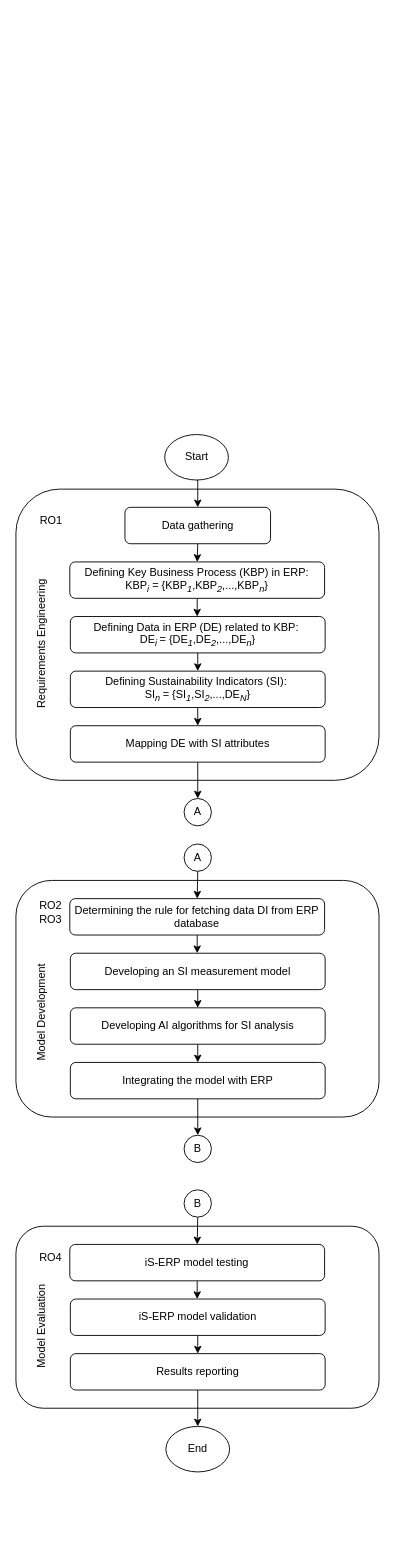
The draw.io diagram Framework BC-SC Trading.drawio in ariesharry/Diagrams, before the edit. Source tidied: cells renumbered, new cells numbered last; positions are measured from the earlier drawing's top-left corner, leaving out a move shared by most shapes. Both pictures are drawn from the tidied source at 91%, with x=0, y=0 at pixel (-40, 434).
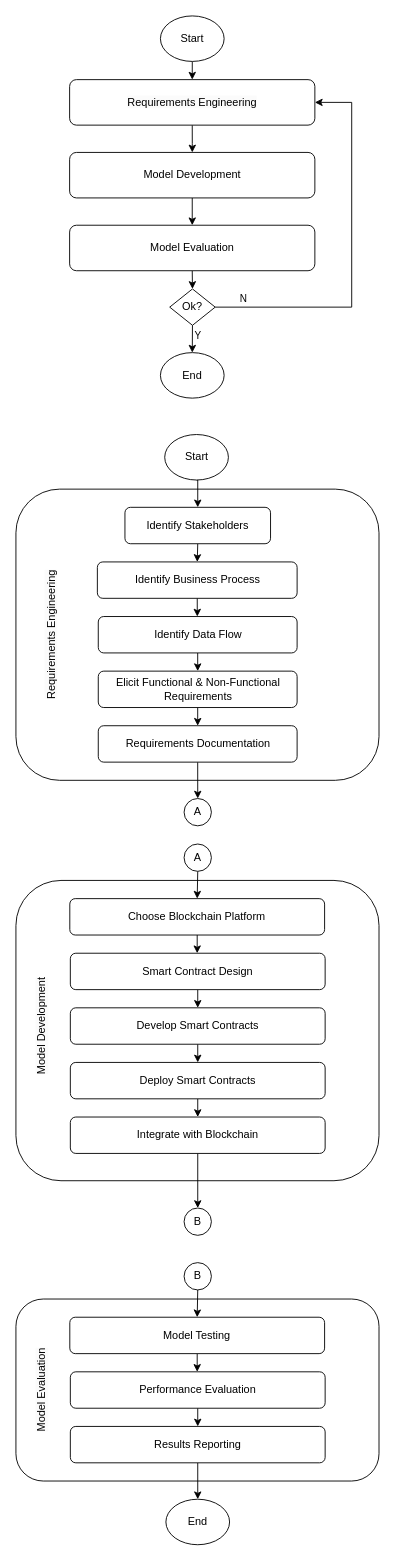
Above is the later version.

The edit, as a diff of the source:
```diff
@@
-    <mxCell id="5" value="RO1" style="text;html=1;align=center;verticalAlign=middle;whiteSpace=wrap;rounded=0;" parent="1" vertex="1">
-      <mxGeometry x="70" y="80" width="60" height="30" as="geometry" />
-    </mxCell>
@@
-    <mxCell id="7" value="Data gathering" style="rounded=1;whiteSpace=wrap;html=1;" parent="1" vertex="1">
+    <mxCell id="7" value="Identify Stakeholders" style="rounded=1;whiteSpace=wrap;html=1;" parent="1" vertex="1">
       <mxGeometry x="180.8" y="80" width="160" height="40" as="geometry" />
     </mxCell>
@@
-    <mxCell id="9" value="Defining Key Business Process (KBP) in ERP: KBP&lt;sub&gt;&lt;i&gt;i&lt;/i&gt;&lt;/sub&gt;&amp;nbsp;= {KBP&lt;sub&gt;&lt;i&gt;1&lt;/i&gt;&lt;/sub&gt;,KBP&lt;sub&gt;&lt;i&gt;2&lt;/i&gt;&lt;/sub&gt;,...,KBP&lt;sub&gt;&lt;i&gt;n&lt;/i&gt;&lt;/sub&gt;}" style="rounded=1;whiteSpace=wrap;html=1;" parent="1" vertex="1">
-      <mxGeometry x="120.2" y="140" width="280" height="40" as="geometry" />
+    <mxCell id="9" value="Identify Business Process" style="rounded=1;whiteSpace=wrap;html=1;" parent="1" vertex="1">
+      <mxGeometry x="150.5" y="140" width="219.5" height="40" as="geometry" />
     </mxCell>
@@
-    <mxCell id="11" value="Defining Data in ERP (DE) related to KBP:&amp;nbsp;&lt;div&gt;&lt;span style=&quot;background-color: initial;&quot;&gt;DE&lt;/span&gt;&lt;sub style=&quot;background-color: initial;&quot;&gt;&lt;i&gt;i&amp;nbsp;&lt;/i&gt;&lt;/sub&gt;&lt;span style=&quot;background-color: initial;&quot;&gt;= {DE&lt;/span&gt;&lt;sub style=&quot;background-color: initial;&quot;&gt;&lt;i&gt;1&lt;/i&gt;&lt;/sub&gt;&lt;span style=&quot;background-color: initial;&quot;&gt;,DE&lt;/span&gt;&lt;sub style=&quot;background-color: initial;&quot;&gt;&lt;i&gt;2&lt;/i&gt;&lt;/sub&gt;&lt;span style=&quot;background-color: initial;&quot;&gt;,...,DE&lt;/span&gt;&lt;sub style=&quot;background-color: initial;&quot;&gt;&lt;i&gt;n&lt;/i&gt;&lt;/sub&gt;&lt;span style=&quot;background-color: initial;&quot;&gt;}&lt;/span&gt;&lt;/div&gt;" style="rounded=1;whiteSpace=wrap;html=1;" parent="1" vertex="1">
-      <mxGeometry x="120.8" y="200" width="280" height="40" as="geometry" />
+    <mxCell id="11" value="Identify Data Flow" style="rounded=1;whiteSpace=wrap;html=1;" parent="1" vertex="1">
+      <mxGeometry x="151.5" y="200" width="218.5" height="40" as="geometry" />
     </mxCell>
@@
-    <mxCell id="13" value="Defining Sustainability Indicators (SI):&amp;nbsp;&lt;div&gt;&lt;span style=&quot;background-color: initial;&quot;&gt;SI&lt;/span&gt;&lt;sub style=&quot;background-color: initial;&quot;&gt;&lt;i&gt;n&amp;nbsp;&lt;/i&gt;&lt;/sub&gt;&lt;span style=&quot;background-color: initial;&quot;&gt;= {SI&lt;/span&gt;&lt;sub style=&quot;background-color: initial;&quot;&gt;&lt;i&gt;1&lt;/i&gt;&lt;/sub&gt;&lt;span style=&quot;background-color: initial;&quot;&gt;,SI&lt;/span&gt;&lt;sub style=&quot;background-color: initial;&quot;&gt;&lt;i&gt;2&lt;/i&gt;&lt;/sub&gt;&lt;span style=&quot;background-color: initial;&quot;&gt;,...,DE&lt;/span&gt;&lt;sub style=&quot;background-color: initial;&quot;&gt;&lt;i&gt;N&lt;/i&gt;&lt;/sub&gt;&lt;span style=&quot;background-color: initial;&quot;&gt;}&lt;/span&gt;&lt;/div&gt;" style="rounded=1;whiteSpace=wrap;html=1;" parent="1" vertex="1">
-      <mxGeometry x="120.8" y="260" width="280" height="40" as="geometry" />
+    <mxCell id="13" value="Elicit Functional &amp;amp; Non-Functional Requirements" style="rounded=1;whiteSpace=wrap;html=1;" parent="1" vertex="1">
+      <mxGeometry x="151.5" y="260" width="218.5" height="40" as="geometry" />
     </mxCell>
@@
-    <mxCell id="15" value="Mapping DE with SI attributes" style="rounded=1;whiteSpace=wrap;html=1;" parent="1" vertex="1">
-      <mxGeometry x="120.8" y="320" width="280" height="40" as="geometry" />
+    <mxCell id="15" value="Requirements Documentation" style="rounded=1;whiteSpace=wrap;html=1;" parent="1" vertex="1">
+      <mxGeometry x="151.5" y="320" width="218.5" height="40" as="geometry" />
     </mxCell>
     <mxCell id="16" style="rounded=1;whiteSpace=wrap;html=1;verticalAlign=top;" parent="1" vertex="1">
-      <mxGeometry x="61" y="490" width="399" height="260" as="geometry" />
+      <mxGeometry x="61" y="490" width="399" height="330" as="geometry" />
     </mxCell>
-    <mxCell id="17" value="RO2&lt;div&gt;RO3&lt;/div&gt;" style="text;html=1;align=left;verticalAlign=middle;whiteSpace=wrap;rounded=0;" parent="1" vertex="1">
-      <mxGeometry x="85" y="510" width="30" height="30" as="geometry" />
-    </mxCell>
@@
-    <mxCell id="19" value="Determining the rule for fetching data DI from ERP database" style="rounded=1;whiteSpace=wrap;html=1;" parent="1" vertex="1">
+    <mxCell id="19" value="Choose Blockchain Platform" style="rounded=1;whiteSpace=wrap;html=1;" parent="1" vertex="1">
       <mxGeometry x="120.2" y="510" width="280" height="40" as="geometry" />
     </mxCell>
@@
-    <mxCell id="21" value="Developing an SI measurement model" style="rounded=1;whiteSpace=wrap;html=1;" parent="1" vertex="1">
+    <mxCell id="21" value="Smart Contract Design" style="rounded=1;whiteSpace=wrap;html=1;" parent="1" vertex="1">
       <mxGeometry x="120.8" y="570" width="280" height="40" as="geometry" />
     </mxCell>
@@
-    <mxCell id="23" value="Developing AI algorithms for SI analysis" style="rounded=1;whiteSpace=wrap;html=1;" parent="1" vertex="1">
+    <mxCell id="23" value="Develop Smart Contracts" style="rounded=1;whiteSpace=wrap;html=1;" parent="1" vertex="1">
       <mxGeometry x="120.8" y="630" width="280" height="40" as="geometry" />
     </mxCell>
-    <mxCell id="24" style="edgeStyle=orthogonalEdgeStyle;rounded=0;jettySize=auto;html=1;exitX=0.5;exitY=1;exitDx=0;exitDy=0;entryX=0.5;entryY=0;entryDx=0;entryDy=0;" parent="1" edge="1" source="25" target="42">
+    <mxCell id="24" style="edgeStyle=orthogonalEdgeStyle;rounded=0;jettySize=auto;html=1;exitX=0.5;exitY=1;exitDx=0;exitDy=0;entryX=0.5;entryY=0;entryDx=0;entryDy=0;" parent="1" edge="1" source="45" target="42">
       <mxGeometry relative="1" as="geometry" />
     </mxCell>
+    <mxCell id="44" style="edgeStyle=orthogonalEdgeStyle;rounded=0;jettySize=auto;html=1;exitX=0.5;exitY=1;exitDx=0;exitDy=0;entryX=0.5;entryY=0;entryDx=0;entryDy=0;" parent="1" edge="1" source="25" target="45">
+      <mxGeometry relative="1" as="geometry" />
+    </mxCell>
-    <mxCell id="25" value="Integrating the model with ERP" style="rounded=1;whiteSpace=wrap;html=1;" parent="1" vertex="1">
+    <mxCell id="25" value="Deploy Smart Contracts" style="rounded=1;whiteSpace=wrap;html=1;" parent="1" vertex="1">
       <mxGeometry x="120.8" y="690" width="280" height="40" as="geometry" />
     </mxCell>
     <mxCell id="26" value="&lt;span style=&quot;color: rgb(0, 0, 0); font-family: Helvetica; font-size: 12px; font-style: normal; font-variant-ligatures: normal; font-variant-caps: normal; font-weight: 400; letter-spacing: normal; orphans: 2; text-indent: 0px; text-transform: none; widows: 2; word-spacing: 0px; -webkit-text-stroke-width: 0px; white-space: normal; background-color: rgb(251, 251, 251); text-decoration-thickness: initial; text-decoration-style: initial; text-decoration-color: initial; float: none; display: inline !important;&quot;&gt;Requirements Engineering&lt;/span&gt;" style="text;whiteSpace=wrap;html=1;align=center;verticalAlign=middle;rotation=-90;" parent="1" vertex="1">
-      <mxGeometry y="220" width="180" height="20" as="geometry" />
+      <mxGeometry x="10" y="210" width="180" height="20" as="geometry" />
     </mxCell>
     <mxCell id="27" value="&lt;span style=&quot;color: rgb(0, 0, 0); font-family: Helvetica; font-size: 12px; font-style: normal; font-variant-ligatures: normal; font-variant-caps: normal; font-weight: 400; letter-spacing: normal; orphans: 2; text-indent: 0px; text-transform: none; widows: 2; word-spacing: 0px; -webkit-text-stroke-width: 0px; white-space: normal; background-color: rgb(251, 251, 251); text-decoration-thickness: initial; text-decoration-style: initial; text-decoration-color: initial; float: none; display: inline !important;&quot;&gt;Model Development&lt;/span&gt;" style="text;whiteSpace=wrap;html=1;align=center;verticalAlign=middle;rotation=-90;" parent="1" vertex="1">
-      <mxGeometry x="20" y="625" width="140" height="20" as="geometry" />
+      <mxGeometry x="20" y="640" width="140" height="20" as="geometry" />
     </mxCell>
@@
     <mxCell id="31" style="rounded=1;whiteSpace=wrap;html=1;verticalAlign=top;" parent="1" vertex="1">
-      <mxGeometry x="61" y="870" width="399" height="200" as="geometry" />
+      <mxGeometry x="61" y="950" width="399" height="200" as="geometry" />
     </mxCell>
-    <mxCell id="32" value="RO4" style="text;html=1;align=left;verticalAlign=middle;whiteSpace=wrap;rounded=0;" parent="1" vertex="1">
-      <mxGeometry x="85" y="890" width="30" height="30" as="geometry" />
-    </mxCell>
@@
-    <mxCell id="34" value="iS-ERP model testing" style="rounded=1;whiteSpace=wrap;html=1;" parent="1" vertex="1">
-      <mxGeometry x="120.2" y="890" width="280" height="40" as="geometry" />
+    <mxCell id="34" value="Model Testing" style="rounded=1;whiteSpace=wrap;html=1;" parent="1" vertex="1">
+      <mxGeometry x="120.2" y="970" width="280" height="40" as="geometry" />
     </mxCell>
@@
-    <mxCell id="36" value="iS-ERP model validation" style="rounded=1;whiteSpace=wrap;html=1;" parent="1" vertex="1">
-      <mxGeometry x="120.8" y="950" width="280" height="40" as="geometry" />
+    <mxCell id="36" value="Performance Evaluation" style="rounded=1;whiteSpace=wrap;html=1;" parent="1" vertex="1">
+      <mxGeometry x="120.8" y="1030" width="280" height="40" as="geometry" />
     </mxCell>
@@
-    <mxCell id="38" value="Results reporting" style="rounded=1;whiteSpace=wrap;html=1;" parent="1" vertex="1">
-      <mxGeometry x="120.8" y="1010" width="280" height="40" as="geometry" />
+    <mxCell id="38" value="Results Reporting" style="rounded=1;whiteSpace=wrap;html=1;" parent="1" vertex="1">
+      <mxGeometry x="120.8" y="1090" width="280" height="40" as="geometry" />
     </mxCell>
     <mxCell id="39" value="&lt;span style=&quot;color: rgb(0, 0, 0); font-family: Helvetica; font-size: 12px; font-style: normal; font-variant-ligatures: normal; font-variant-caps: normal; font-weight: 400; letter-spacing: normal; orphans: 2; text-indent: 0px; text-transform: none; widows: 2; word-spacing: 0px; -webkit-text-stroke-width: 0px; white-space: normal; background-color: rgb(251, 251, 251); text-decoration-thickness: initial; text-decoration-style: initial; text-decoration-color: initial; float: none; display: inline !important;&quot;&gt;Model Evaluation&lt;/span&gt;" style="text;whiteSpace=wrap;html=1;align=center;verticalAlign=middle;rotation=-90;" parent="1" vertex="1">
-      <mxGeometry x="20" y="970" width="140" height="20" as="geometry" />
+      <mxGeometry x="20" y="1040" width="140" height="20" as="geometry" />
     </mxCell>
@@
     <mxCell id="41" value="B" style="ellipse;whiteSpace=wrap;html=1;" parent="1" vertex="1">
-      <mxGeometry x="245.8" y="830" width="30" height="30" as="geometry" />
+      <mxGeometry x="245.8" y="910" width="30" height="30" as="geometry" />
     </mxCell>
     <mxCell id="42" value="B" style="ellipse;whiteSpace=wrap;html=1;" parent="1" vertex="1">
-      <mxGeometry x="245.8" y="770" width="30" height="30" as="geometry" />
+      <mxGeometry x="245.8" y="850" width="30" height="30" as="geometry" />
     </mxCell>
     <mxCell id="43" value="End" style="ellipse;whiteSpace=wrap;html=1;" parent="1" vertex="1">
-      <mxGeometry x="225.8" y="1090" width="70" height="50" as="geometry" />
+      <mxGeometry x="225.8" y="1170" width="70" height="50" as="geometry" />
     </mxCell>
+    <mxCell id="45" value="Integrate with Blockchain" style="rounded=1;whiteSpace=wrap;html=1;" parent="1" vertex="1">
+      <mxGeometry x="120.8" y="750" width="280" height="40" as="geometry" />
+    </mxCell>
+    <mxCell id="46" style="edgeStyle=orthogonalEdgeStyle;rounded=0;jettySize=auto;html=1;exitX=0.5;exitY=1;exitDx=0;exitDy=0;" parent="1" edge="1" source="47" target="51">
+      <mxGeometry relative="1" as="geometry" />
+    </mxCell>
+    <mxCell id="47" value="&lt;span style=&quot;color: rgb(0, 0, 0); font-family: Helvetica; font-size: 12px; font-style: normal; font-variant-ligatures: normal; font-variant-caps: normal; font-weight: 400; letter-spacing: normal; orphans: 2; text-align: center; text-indent: 0px; text-transform: none; widows: 2; word-spacing: 0px; -webkit-text-stroke-width: 0px; white-space: normal; background-color: rgb(251, 251, 251); text-decoration-thickness: initial; text-decoration-style: initial; text-decoration-color: initial; display: inline !important; float: none;&quot;&gt;Requirements Engineering&lt;/span&gt;" style="rounded=1;whiteSpace=wrap;html=1;" parent="1" vertex="1">
+      <mxGeometry x="120" y="-390" width="269.5" height="50" as="geometry" />
+    </mxCell>
+    <mxCell id="48" style="edgeStyle=orthogonalEdgeStyle;rounded=0;jettySize=auto;html=1;exitX=0.5;exitY=1;exitDx=0;exitDy=0;entryX=0.5;entryY=0;entryDx=0;entryDy=0;" parent="1" edge="1" source="49" target="47">
+      <mxGeometry relative="1" as="geometry" />
+    </mxCell>
+    <mxCell id="49" value="Start" style="ellipse;whiteSpace=wrap;html=1;" parent="1" vertex="1">
+      <mxGeometry x="219.8" y="-460" width="70" height="50" as="geometry" />
+    </mxCell>
+    <mxCell id="50" style="edgeStyle=orthogonalEdgeStyle;rounded=0;jettySize=auto;html=1;exitX=0.5;exitY=1;exitDx=0;exitDy=0;entryX=0.5;entryY=0;entryDx=0;entryDy=0;" parent="1" edge="1" source="51" target="53">
+      <mxGeometry relative="1" as="geometry" />
+    </mxCell>
+    <mxCell id="51" value="Model Development" style="rounded=1;whiteSpace=wrap;html=1;" parent="1" vertex="1">
+      <mxGeometry x="120" y="-310" width="269.5" height="50" as="geometry" />
+    </mxCell>
+    <mxCell id="52" style="edgeStyle=orthogonalEdgeStyle;rounded=0;jettySize=auto;html=1;exitX=0.5;exitY=1;exitDx=0;exitDy=0;entryX=0.5;entryY=0;entryDx=0;entryDy=0;" parent="1" edge="1" source="53" target="59">
+      <mxGeometry relative="1" as="geometry" />
+    </mxCell>
+    <mxCell id="53" value="Model Evaluation" style="rounded=1;whiteSpace=wrap;html=1;" parent="1" vertex="1">
+      <mxGeometry x="120" y="-230" width="269.5" height="50" as="geometry" />
+    </mxCell>
+    <mxCell id="54" value="End" style="ellipse;whiteSpace=wrap;html=1;" parent="1" vertex="1">
+      <mxGeometry x="219.8" y="-90" width="70" height="50" as="geometry" />
+    </mxCell>
+    <mxCell id="55" style="edgeStyle=orthogonalEdgeStyle;rounded=0;jettySize=auto;html=1;exitX=1;exitY=0.5;exitDx=0;exitDy=0;entryX=1;entryY=0.5;entryDx=0;entryDy=0;" parent="1" edge="1" source="59" target="47">
+      <mxGeometry relative="1" as="geometry">
+        <Array as="points">
+          <mxPoint x="430" y="-140" />
+          <mxPoint x="430" y="-365" />
+        </Array>
+      </mxGeometry>
+    </mxCell>
+    <mxCell id="56" value="N" style="edgeLabel;html=1;align=center;verticalAlign=middle;" parent="55" vertex="1">
+      <mxGeometry x="-0.68" y="1" relative="1" as="geometry">
+        <mxPoint x="-36" y="-9" as="offset" />
+      </mxGeometry>
+    </mxCell>
+    <mxCell id="57" style="edgeStyle=orthogonalEdgeStyle;rounded=0;jettySize=auto;html=1;exitX=0.5;exitY=1;exitDx=0;exitDy=0;entryX=0.5;entryY=0;entryDx=0;entryDy=0;" parent="1" edge="1" source="59" target="54">
+      <mxGeometry relative="1" as="geometry" />
+    </mxCell>
+    <mxCell id="58" value="Y" style="edgeLabel;html=1;align=center;verticalAlign=middle;" parent="57" vertex="1">
+      <mxGeometry x="0.04" y="3" relative="1" as="geometry">
+        <mxPoint x="3" y="-6" as="offset" />
+      </mxGeometry>
+    </mxCell>
+    <mxCell id="59" value="Ok?" style="rhombus;whiteSpace=wrap;html=1;" parent="1" vertex="1">
+      <mxGeometry x="230" y="-160" width="50" height="40" as="geometry" />
+    </mxCell>
```
